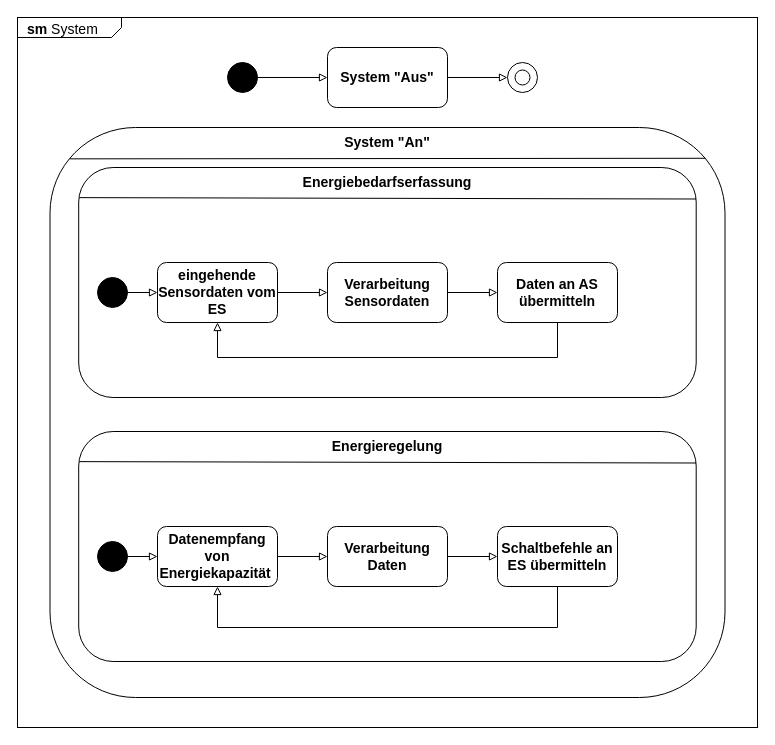
This is statemachine.drawio from usr-fritz/test, a draw.io file, before an edit. Source tidied: cells renumbered, new cells numbered last; positions are measured from the earlier drawing's top-left corner, leaving out a move shared by most shapes. Both pictures are drawn from the tidied source at 100%, with x=0, y=0 at pixel (17, 17).
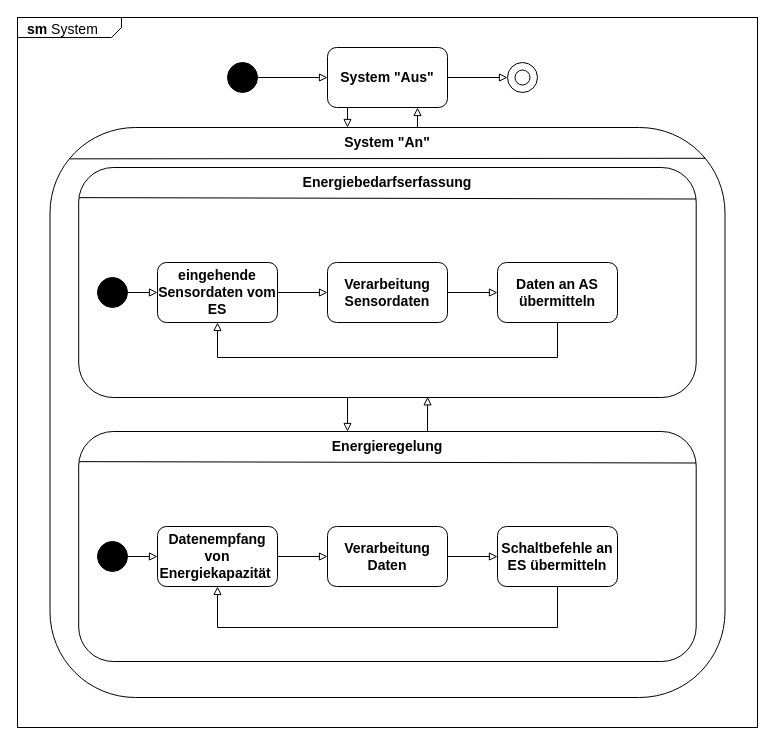
The same diagram, later.

Unchanged cells that the change refers to:
```xml
<mxCell id="4" value="System &quot;Aus&quot;" style="rounded=1;whiteSpace=wrap;html=1;fontStyle=1;fontSize=14;" parent="1" vertex="1">
  <mxGeometry x="310" y="30" width="120" height="60" as="geometry" />
</mxCell>
<mxCell id="11" value="&lt;font style=&quot;font-size: 14px;&quot;&gt;&lt;b&gt;System &quot;An&quot;&lt;/b&gt;&lt;/font&gt;" style="rounded=0;whiteSpace=wrap;html=1;fillColor=none;strokeColor=none;" parent="1" vertex="1">
  <mxGeometry x="290" y="110" width="160" height="30" as="geometry" />
</mxCell>
<mxCell id="12" style="rounded=1;whiteSpace=wrap;html=1;" parent="1" vertex="1">
  <mxGeometry x="61.2" y="150" width="617.5" height="230" as="geometry" />
</mxCell>
<mxCell id="25" value="&lt;font style=&quot;font-size: 14px;&quot;&gt;&lt;b&gt;Energieregelung&lt;/b&gt;&lt;/font&gt;" style="rounded=0;whiteSpace=wrap;html=1;fillColor=none;strokeColor=none;" parent="1" vertex="1">
  <mxGeometry x="290" y="414" width="160" height="30" as="geometry" />
</mxCell>
```

What changed in the source:
```diff
@@
+    <mxCell id="34" style="edgeStyle=orthogonalEdgeStyle;rounded=0;jettySize=auto;html=1;exitX=0.75;exitY=0;exitDx=0;exitDy=0;entryX=0.75;entryY=1;entryDx=0;entryDy=0;endArrow=block;endFill=0;" parent="1" edge="1" source="11" target="4">
+      <mxGeometry relative="1" as="geometry" />
+    </mxCell>
+    <mxCell id="35" style="edgeStyle=orthogonalEdgeStyle;rounded=0;jettySize=auto;html=1;exitX=0.25;exitY=0;exitDx=0;exitDy=0;entryX=0.25;entryY=1;entryDx=0;entryDy=0;startArrow=block;startFill=0;endArrow=none;endFill=0;" parent="1" edge="1" source="11" target="4">
+      <mxGeometry relative="1" as="geometry">
+        <Array as="points">
+          <mxPoint x="330" y="90" />
+        </Array>
+      </mxGeometry>
+    </mxCell>
@@
+    <mxCell id="36" style="edgeStyle=orthogonalEdgeStyle;rounded=0;jettySize=auto;html=1;exitX=0.25;exitY=0;exitDx=0;exitDy=0;startArrow=block;startFill=0;endArrow=none;endFill=0;" parent="1" edge="1" source="25">
+      <mxGeometry relative="1" as="geometry">
+        <mxPoint x="330" y="380" as="targetPoint" />
+        <Array as="points">
+          <mxPoint x="330" y="380" />
+        </Array>
+      </mxGeometry>
+    </mxCell>
+    <mxCell id="37" style="edgeStyle=orthogonalEdgeStyle;rounded=0;jettySize=auto;html=1;exitX=0.75;exitY=0;exitDx=0;exitDy=0;entryX=0.565;entryY=0.997;entryDx=0;entryDy=0;entryPerimeter=0;endArrow=block;endFill=0;" parent="1" edge="1" source="25" target="12">
+      <mxGeometry relative="1" as="geometry" />
+    </mxCell>
```
